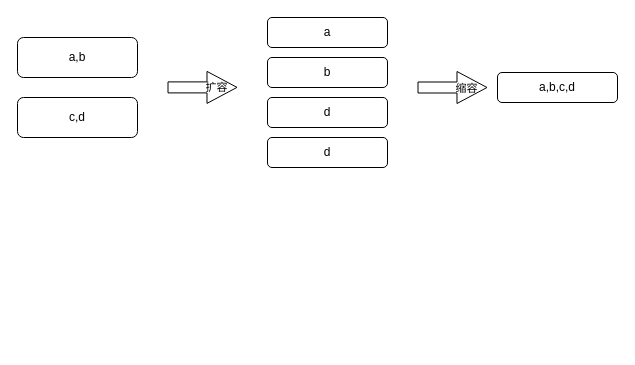
Before: Checkpoint/resource/普通列表状态扩缩容.drawio in BaoPiao/blog, a draw.io diagram. Source tidied: cells renumbered, new cells numbered last; positions are measured from the earlier drawing's top-left corner, leaving out a move shared by most shapes. Both pictures are drawn from the tidied source at 100%, with x=0, y=0 at pixel (17, 17).
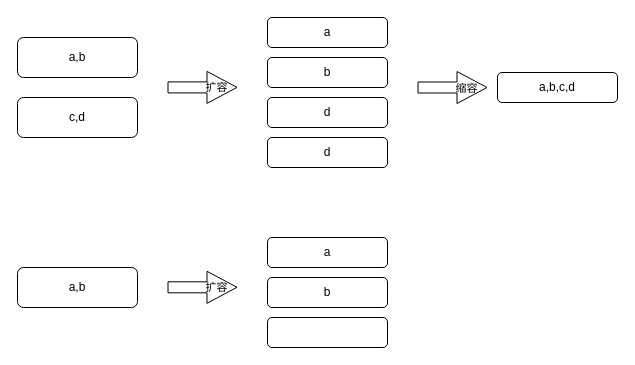
The same diagram, later.

Commit message (it also covers changes not shown here):
Update 普通列表状态扩缩容.drawio

Diff of the diagram source:
```diff
@@
+    <mxCell id="13" style="shape=flexArrow;endArrow=classic;html=1;rounded=0;width=11;endSize=9.67;" parent="1" edge="1">
+      <mxGeometry relative="1" as="geometry">
+        <mxPoint x="150" y="269.8" as="sourcePoint" />
+        <mxPoint x="220" y="269.8" as="targetPoint" />
+      </mxGeometry>
+    </mxCell>
+    <mxCell id="14" value="扩容" style="edgeLabel;html=1;align=center;verticalAlign=middle;labelBackgroundColor=none;" parent="13" vertex="1">
+      <mxGeometry x="-0.15" y="3" relative="1" as="geometry">
+        <mxPoint x="18" y="3" as="offset" />
+      </mxGeometry>
+    </mxCell>
+    <mxCell id="15" value="a,b" style="rounded=1;whiteSpace=wrap;html=1;" parent="1" vertex="1">
+      <mxGeometry y="250" width="120" height="40" as="geometry" />
+    </mxCell>
+    <mxCell id="16" value="a" style="rounded=1;whiteSpace=wrap;html=1;" parent="1" vertex="1">
+      <mxGeometry x="250" y="220" width="120" height="30" as="geometry" />
+    </mxCell>
+    <mxCell id="17" value="b" style="rounded=1;whiteSpace=wrap;html=1;" parent="1" vertex="1">
+      <mxGeometry x="250" y="260" width="120" height="30" as="geometry" />
+    </mxCell>
+    <mxCell id="18" style="rounded=1;whiteSpace=wrap;html=1;" parent="1" vertex="1">
+      <mxGeometry x="250" y="300" width="120" height="30" as="geometry" />
+    </mxCell>
```
